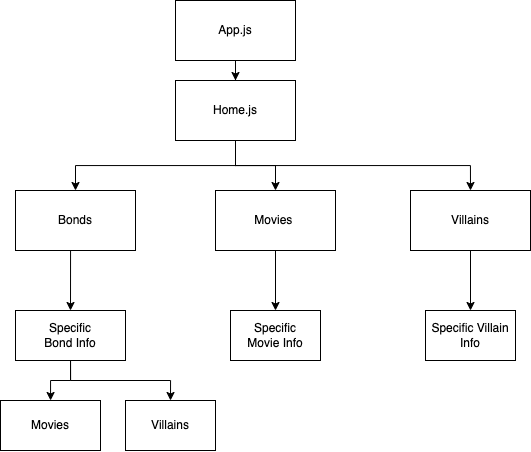
This is assets/bond.png from frank-booth/Bond-James-Bond, a draw.io export, as it was before one commit. Source tidied: cells renumbered, new cells last; positions are measured from the earlier drawing's top-left corner, leaving out a move shared by most shapes.
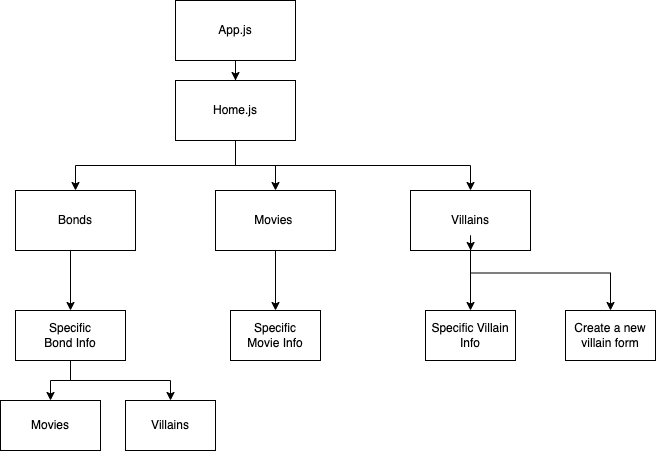
Later version of the same file.

Commit message:
included create a villain in plan

Diff of the diagram source:
```diff
@@ -101,6 +101,14 @@
     <mxCell id="26" style="rounded=0;whiteSpace=wrap;html=1;" parent="1" vertex="1">
       <mxGeometry x="230" y="310" width="90" height="50" as="geometry" />
     </mxCell>
+    <mxCell id="31" style="edgeStyle=orthogonalEdgeStyle;rounded=0;jettySize=auto;html=1;exitX=0.5;exitY=1;exitDx=0;exitDy=0;entryX=0.5;entryY=0;entryDx=0;entryDy=0;" parent="1" edge="1" source="27" target="33">
+      <mxGeometry relative="1" as="geometry" />
+    </mxCell>
+    <mxCell id="32" style="edgeStyle=orthogonalEdgeStyle;rounded=0;jettySize=auto;html=1;exitX=0.5;exitY=1;exitDx=0;exitDy=0;" parent="1" edge="1" source="27">
+      <mxGeometry relative="1" as="geometry">
+        <mxPoint x="470.2" y="250" as="targetPoint" />
+      </mxGeometry>
+    </mxCell>
     <mxCell id="27" value="Villains" style="text;html=1;strokeColor=none;fillColor=none;align=center;verticalAlign=middle;whiteSpace=wrap;rounded=0;" parent="1" vertex="1">
       <mxGeometry x="440" y="205" width="60" height="30" as="geometry" />
     </mxCell>
@@ -113,5 +121,8 @@
     <mxCell id="30" value="Specific Villain Info" style="rounded=0;whiteSpace=wrap;html=1;" parent="1" vertex="1">
       <mxGeometry x="425" y="310" width="90" height="50" as="geometry" />
     </mxCell>
+    <mxCell id="33" value="Create a new villain form" style="rounded=0;whiteSpace=wrap;html=1;" parent="1" vertex="1">
+      <mxGeometry x="565" y="310" width="90" height="50" as="geometry" />
+    </mxCell>
   </root>
 </mxGraphModel>
```
